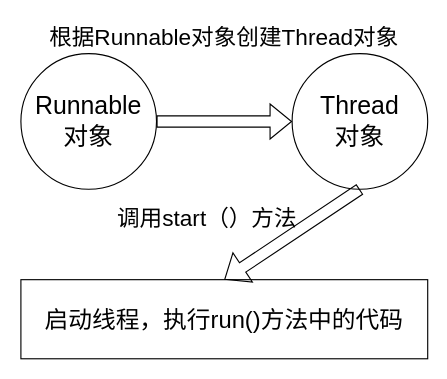
This is 实现Runnable接口创建线程的流程.drawio from qingyunlyp/resource, a draw.io file, before an edit. Source tidied: cells renumbered, new cells numbered last; positions are measured from the earlier drawing's top-left corner, leaving out a move shared by most shapes. Both pictures are drawn from the tidied source at 113%, with x=0, y=0 at pixel (20, 19).
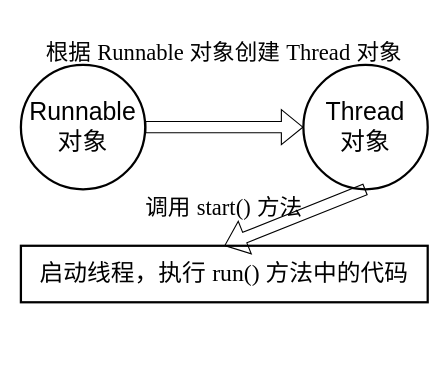
Above is the later version.

Commit message:
更新实现Runnable接口创建线程的流程.drawio

Diff of the diagram source:
```diff
@@
 <mxGraphModel>
   <root>
     <mxCell id="0" />
     <mxCell id="1" parent="0" />
-    <mxCell id="2" value="Runnable&lt;div&gt;对象&lt;/div&gt;" style="ellipse;whiteSpace=wrap;html=1;fontSize=22;" parent="1" vertex="1">
-      <mxGeometry y="30" width="120" height="120" as="geometry" />
+    <mxCell id="2" value="Runnable&lt;div&gt;对象&lt;/div&gt;" style="ellipse;whiteSpace=wrap;html=1;fontSize=22;strokeWidth=2;" parent="1" vertex="1">
+      <mxGeometry y="40" width="110" height="110" as="geometry" />
     </mxCell>
-    <mxCell id="3" value="Thread&lt;div&gt;对象&lt;/div&gt;" style="ellipse;whiteSpace=wrap;html=1;fontSize=22;" parent="1" vertex="1">
-      <mxGeometry x="240" y="30" width="120" height="120" as="geometry" />
+    <mxCell id="3" value="Thread&lt;div&gt;对象&lt;/div&gt;" style="ellipse;whiteSpace=wrap;html=1;fontSize=22;strokeWidth=2;" parent="1" vertex="1">
+      <mxGeometry x="250" y="40" width="110" height="110" as="geometry" />
     </mxCell>
     <mxCell id="4" style="shape=flexArrow;endArrow=classic;html=1;rounded=0;exitX=1;exitY=0.5;exitDx=0;exitDy=0;entryX=0;entryY=0.5;entryDx=0;entryDy=0;fontSize=12;sourcePerimeterSpacing=0;fillColor=none;" parent="1" edge="1" source="2" target="3">
       <mxGeometry relative="1" as="geometry" />
     </mxCell>
-    <mxCell id="5" value="启动线程，执行run()方法中的代码" style="rounded=0;whiteSpace=wrap;html=1;fontSize=21;" parent="1" vertex="1">
-      <mxGeometry y="230" width="360" height="70" as="geometry" />
+    <mxCell id="5" value="启动线程，执行&amp;nbsp;&lt;font face=&quot;Times New Roman&quot;&gt;run()&amp;nbsp;&lt;/font&gt;方法中的代码" style="rounded=0;whiteSpace=wrap;html=1;fontSize=21;strokeWidth=2;" parent="1" vertex="1">
+      <mxGeometry y="200" width="360" height="50" as="geometry" />
     </mxCell>
     <mxCell id="6" style="shape=flexArrow;endArrow=classic;html=1;rounded=0;exitX=0.5;exitY=1;exitDx=0;exitDy=0;entryX=0.5;entryY=0;entryDx=0;entryDy=0;" parent="1" edge="1" source="3" target="5">
       <mxGeometry relative="1" as="geometry" />
     </mxCell>
-    <mxCell id="7" value="根据Runnable对象创建Thread对象" style="text;html=1;whiteSpace=wrap;strokeColor=none;fillColor=none;align=center;verticalAlign=middle;rounded=0;fontSize=20;" parent="1" vertex="1">
-      <mxGeometry x="10" width="340" height="30" as="geometry" />
+    <mxCell id="7" value="根据&amp;nbsp;&lt;font face=&quot;Times New Roman&quot;&gt;Runnable&amp;nbsp;&lt;/font&gt;对象创建 &lt;font face=&quot;Times New Roman&quot;&gt;Thread&lt;/font&gt; 对象" style="text;html=1;whiteSpace=wrap;strokeColor=none;fillColor=none;align=center;verticalAlign=middle;rounded=0;fontSize=20;" parent="1" vertex="1">
+      <mxGeometry x="10" y="18" width="340" height="20" as="geometry" />
     </mxCell>
-    <mxCell id="8" value="调用start（）方法" style="text;html=1;whiteSpace=wrap;strokeColor=none;fillColor=none;align=center;verticalAlign=middle;rounded=0;fontSize=20;" parent="1" vertex="1">
-      <mxGeometry x="60" y="160" width="210" height="30" as="geometry" />
+    <mxCell id="8" value="调用 &lt;font face=&quot;Times New Roman&quot;&gt;start()&lt;/font&gt; 方法" style="text;html=1;whiteSpace=wrap;strokeColor=none;fillColor=none;align=center;verticalAlign=middle;rounded=0;fontSize=20;" parent="1" vertex="1">
+      <mxGeometry x="75" y="150" width="210" height="30" as="geometry" />
     </mxCell>
   </root>
 </mxGraphModel>
```
